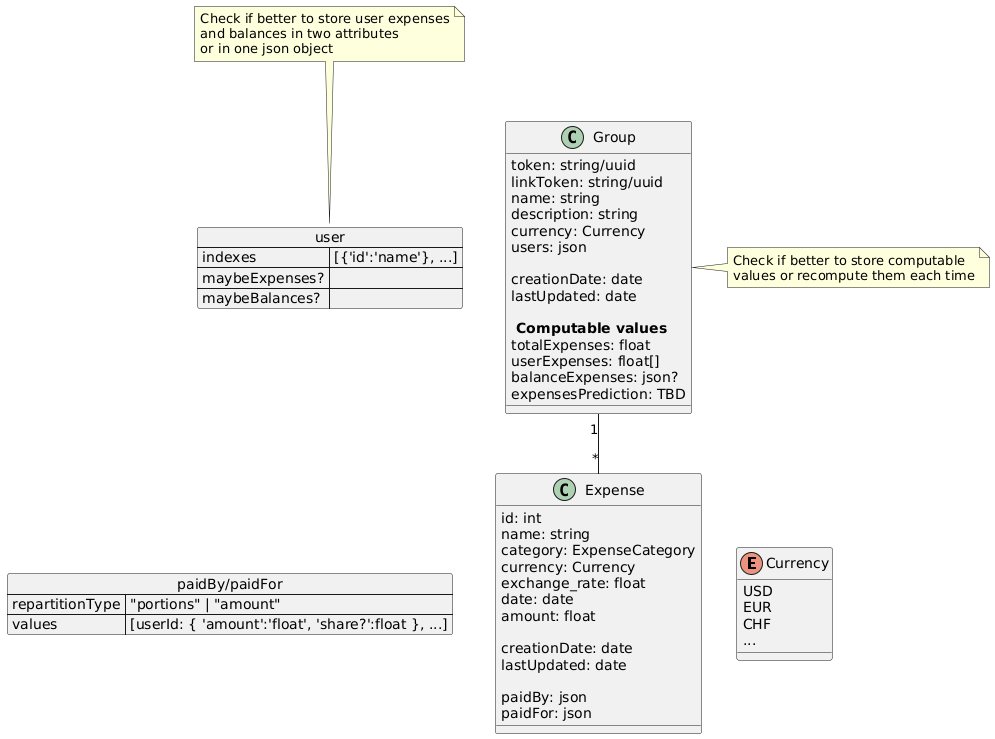
Earlier version of the PlantUML export database/databaseumlER.png (BuddyCount/BuddyCount).
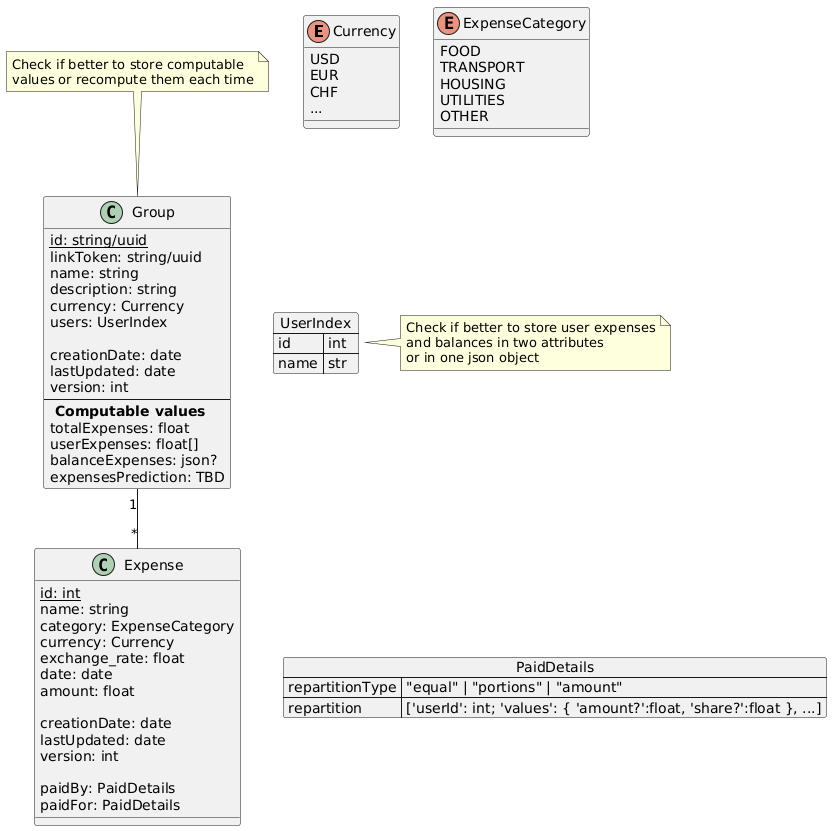
Later version of the same file.

Commit message:
Improve a few details based on implementation in the backend (#7)

* Improve a few details based on implementation in the backend

* Refactor values to repartition in PaidDetails

What changed in the source:
```diff
@@ -6,17 +6,26 @@
   ...
 }
 
+enum ExpenseCategory {
+  FOOD
+  TRANSPORT
+  HOUSING
+  UTILITIES
+  OTHER
+}
+
 class "Group" {
-  token: string/uuid
+  {static} id: string/uuid
   linkToken: string/uuid
   name: string
   description: string
   currency: Currency
-  users: json
+  users: UserIndex
 
   creationDate: date
   lastUpdated: date
-
+  version: int
+  --
   ** Computable values **
   totalExpenses: float
   userExpenses: float[]
@@ -24,13 +33,13 @@
   expensesPrediction: TBD
 }
 
-note right of Group
+note top of Group
     Check if better to store computable
     values or recompute them each time
 end note
 
 class "Expense" {
-  id: int
+  {static} id: int
   name: string
   category: ExpenseCategory
   currency: Currency
@@ -40,31 +49,30 @@
 
   creationDate: date
   lastUpdated: date
+  version: int
 
-  paidBy: json
-  paidFor: json
+  paidBy: PaidDetails
+  paidFor: PaidDetails
 }
 
 Group "1" -- "*" Expense
-Currency -l[hidden]- Expense
 
 
-json "paidBy/paidFor" {
-  "repartitionType": "\"portions\" | \"amount\"",
-  "values": "[userId: { 'amount':'float', 'share?':float }, ...]"
+json "PaidDetails" {
+  "repartitionType": "\"equal\" | \"portions\" | \"amount\"",
+  "repartition": "['userId': int; 'values': { 'amount?':float, 'share?':float }, ...]"
 }
 
-"paidBy/paidFor" -r[hidden]- Expense
+"PaidDetails" -l[hidden]- Expense
 
-json "user" {
-    "indexes" : "[{'id':'name'}, ...]",
-    "maybeExpenses?":"",
-    "maybeBalances?":""
+json "UserIndex" {
+    "id":"int",
+    "name":"str"
 }
 
-user -r[hidden]- Group
+UserIndex -l[hidden]- Group
 
-note top of user
+note right of UserIndex
     Check if better to store user expenses
     and balances in two attributes
     or in one json object
```
